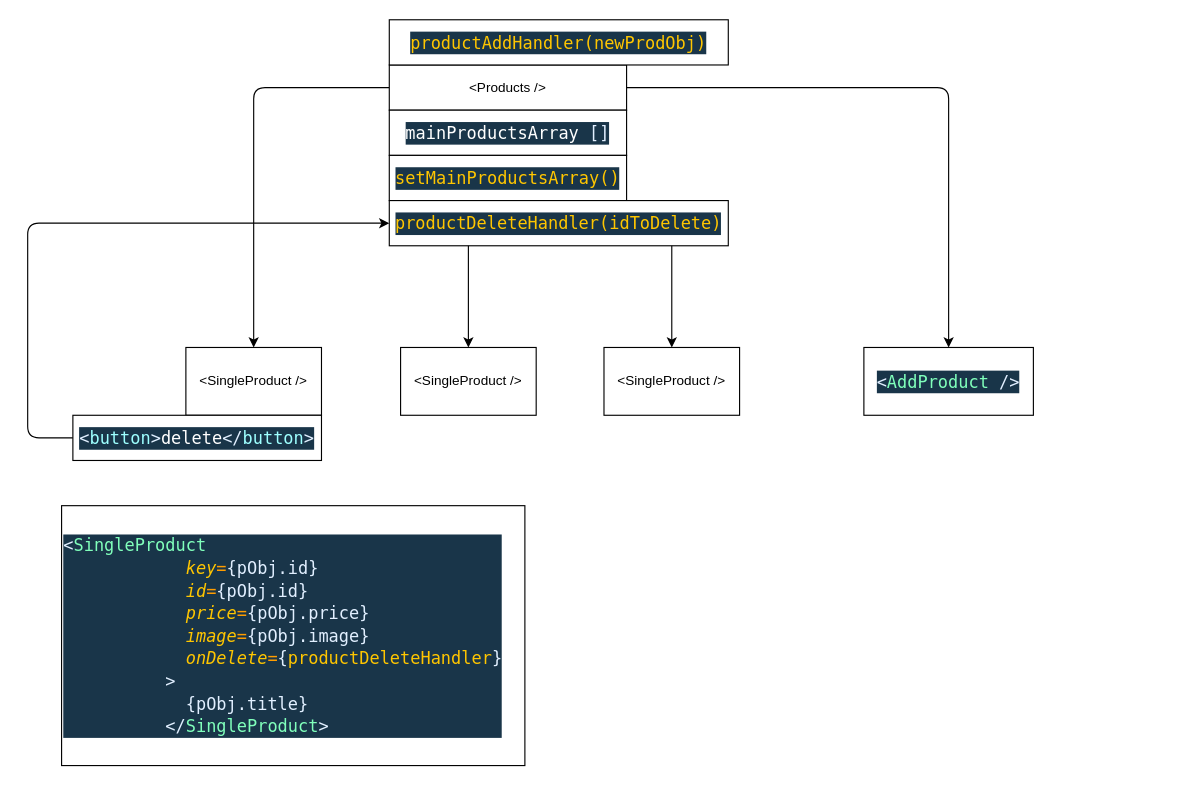
Earlier version of the draw.io diagram draw.drawio (MariusCodeAcademy/feu2-07_r_useEffect_customHook). Source tidied: cells renumbered, new cells numbered last; positions are measured from the earlier drawing's top-left corner, leaving out a move shared by most shapes. Both pictures are drawn from the tidied source at 113%, with x=0, y=0 at pixel (27, 19).
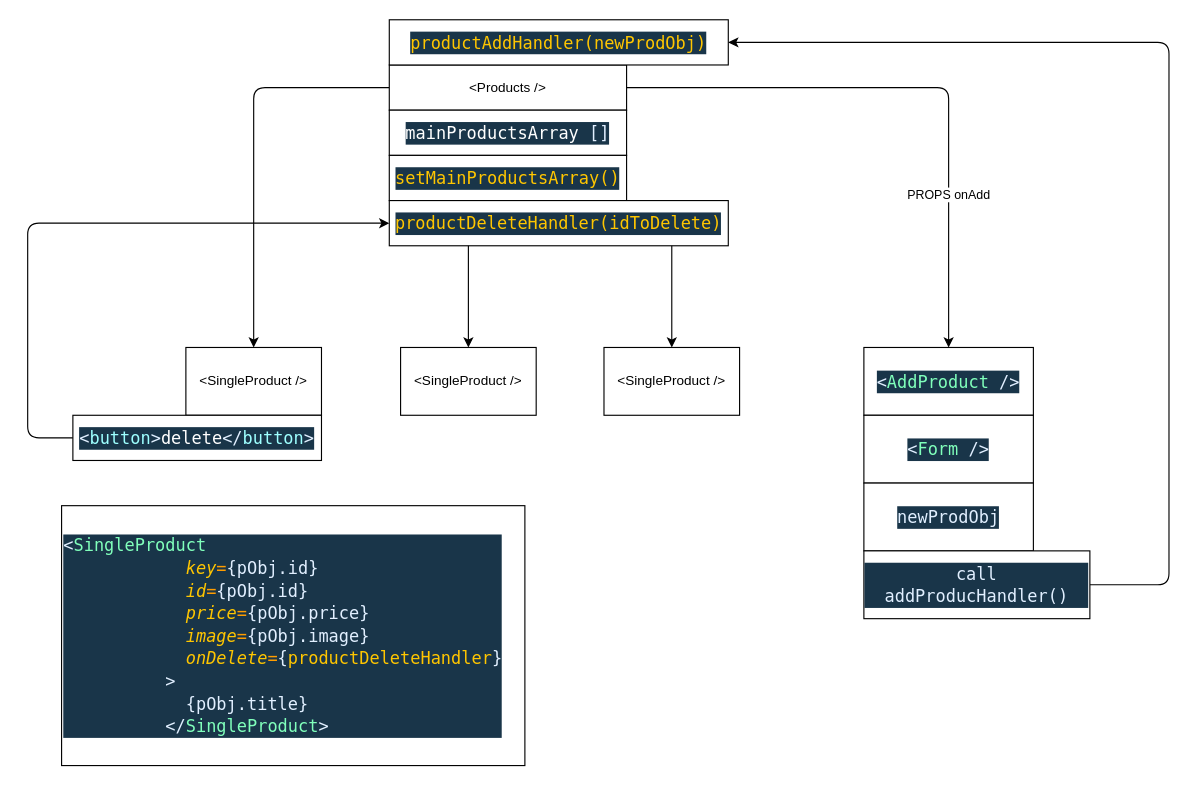
Above is the later version.

Unchanged cells that the change refers to:
```xml
<mxCell id="5" style="edgeStyle=orthogonalEdgeStyle;html=1;entryX=0.5;entryY=0;entryDx=0;entryDy=0;" parent="1" edge="1" source="6" target="16">
  <mxGeometry relative="1" as="geometry" />
</mxCell>
<mxCell id="17" value="&lt;div style=&quot;background-color: rgb(25 , 53 , 73) ; font-family: &amp;#34;cascadia code&amp;#34; , &amp;#34;menlo&amp;#34; , &amp;#34;monaco&amp;#34; , &amp;#34;courier new&amp;#34; , monospace , &amp;#34;consolas&amp;#34; , &amp;#34;courier new&amp;#34; , monospace ; font-size: 15px ; line-height: 20px&quot;&gt;&lt;font color=&quot;#ffc600&quot;&gt;productAddHandler(newProdObj)&lt;/font&gt;&lt;/div&gt;" style="rounded=0;whiteSpace=wrap;html=1;" parent="1" vertex="1">
  <mxGeometry x="320" width="300" height="40" as="geometry" />
</mxCell>
```

Diff of the diagram source:
```diff
@@
+    <mxCell id="18" value="PROPS onAdd" style="edgeLabel;html=1;align=center;verticalAlign=middle;" parent="5" vertex="1">
+      <mxGeometry x="0.47" y="-1" relative="1" as="geometry" />
+    </mxCell>
@@
+    <mxCell id="19" value="&lt;div style=&quot;color: rgb(255 , 255 , 255) ; background-color: rgb(25 , 53 , 73) ; font-family: &amp;#34;cascadia code&amp;#34; , &amp;#34;menlo&amp;#34; , &amp;#34;monaco&amp;#34; , &amp;#34;courier new&amp;#34; , monospace , &amp;#34;consolas&amp;#34; , &amp;#34;courier new&amp;#34; , monospace ; font-size: 15px ; line-height: 20px&quot;&gt;&lt;span style=&quot;color: #e1efff&quot;&gt;&amp;lt;&lt;/span&gt;&lt;span style=&quot;color: #80ffbb&quot;&gt;Form&lt;/span&gt;&lt;span style=&quot;color: #9effff&quot;&gt;&amp;nbsp;&lt;/span&gt;&lt;span style=&quot;color: #e1efff&quot;&gt;/&amp;gt;&lt;/span&gt;&lt;/div&gt;" style="rounded=0;whiteSpace=wrap;html=1;" parent="1" vertex="1">
+      <mxGeometry x="740" y="350" width="150" height="60" as="geometry" />
+    </mxCell>
+    <mxCell id="20" value="&lt;div style=&quot;background-color: rgb(25 , 53 , 73) ; font-family: &amp;#34;cascadia code&amp;#34; , &amp;#34;menlo&amp;#34; , &amp;#34;monaco&amp;#34; , &amp;#34;courier new&amp;#34; , monospace , &amp;#34;consolas&amp;#34; , &amp;#34;courier new&amp;#34; , monospace ; font-size: 15px ; line-height: 20px&quot;&gt;&lt;font color=&quot;#e1efff&quot;&gt;newProdObj&lt;/font&gt;&lt;/div&gt;" style="rounded=0;whiteSpace=wrap;html=1;" parent="1" vertex="1">
+      <mxGeometry x="740" y="410" width="150" height="60" as="geometry" />
+    </mxCell>
+    <mxCell id="21" style="edgeStyle=orthogonalEdgeStyle;html=1;entryX=1;entryY=0.5;entryDx=0;entryDy=0;" parent="1" edge="1" source="22" target="17">
+      <mxGeometry relative="1" as="geometry">
+        <Array as="points">
+          <mxPoint x="1010" y="500" />
+          <mxPoint x="1010" y="20" />
+        </Array>
+      </mxGeometry>
+    </mxCell>
+    <mxCell id="22" value="&lt;div style=&quot;background-color: rgb(25 , 53 , 73) ; font-family: &amp;#34;cascadia code&amp;#34; , &amp;#34;menlo&amp;#34; , &amp;#34;monaco&amp;#34; , &amp;#34;courier new&amp;#34; , monospace , &amp;#34;consolas&amp;#34; , &amp;#34;courier new&amp;#34; , monospace ; font-size: 15px ; line-height: 20px&quot;&gt;&lt;font color=&quot;#e1efff&quot;&gt;call addProducHandler()&lt;/font&gt;&lt;/div&gt;" style="rounded=0;whiteSpace=wrap;html=1;" parent="1" vertex="1">
+      <mxGeometry x="740" y="470" width="200" height="60" as="geometry" />
+    </mxCell>
```
